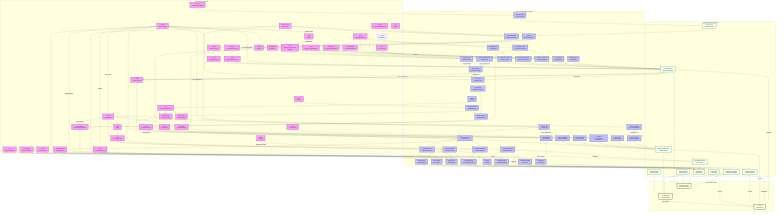
Earlier version of the Mermaid export docs/figures/scoliosis_mechanism_map.png (sayuj1989-ops/life). Its source is kept beside it as docs/figures/scoliosis_mechanism_map.mmd.
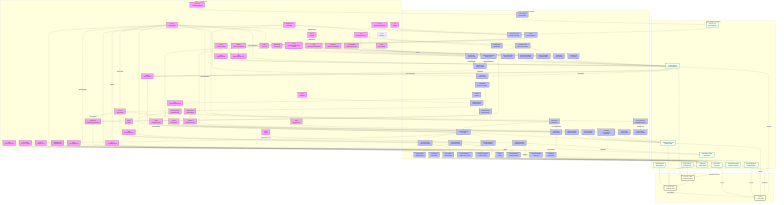
Later version of the same file.

Commit message:
weekly-map: add Lysyl Oxidase Crosslinking arc

What changed in the source:
```diff
@@ -38,6 +38,7 @@
         KCNQ[KCNQ<br/>Potassium Channel]
         GPX4[GPX4<br/>Antioxidant Defense]
         CAV1[CAV1<br/>Caveolin-1]
+        LOXL3[LOXL3<br/>Lysyl Oxidase-like 3]
     end
 
     subgraph Processes [Cellular & Developmental Processes]
@@ -80,6 +81,7 @@
         VEGF_A[VEGF-A/PGE2<br/>Secretory Response]
         Ferroptosis[Ferroptosis<br/>Iron Overload]
         Membrane_Tension[Membrane Tension<br/>Buffering Reserve]
+        Collagen_Crosslinking[Collagen Crosslinking<br/>Covalent Bonding]
     end
 
     subgraph Tissue [Tissue Mechanics & Properties]
@@ -178,6 +180,10 @@
     Gi_cAMP --> Gain
 
     Vestibular_Input --> Muscle_Tone
+
+
+    LOXL3 --> Collagen_Crosslinking
+    Collagen_Crosslinking --> Stiffness
 
     Stability --> S_Curve
     S_Curve -- "Loss of Control" --> Scoliosis
@@ -279,7 +285,7 @@
     CAV1 --> Membrane_Tension
     Membrane_Tension --> YAP
 
-    class HOX,COL,PIEZO1,PIEZO2,CILIA,LBX1,ADGRG6,PTK7,YAP,PKD2L1,MMP,URP,UTS2R,GFAP,VIM,LAMIN,BMAL1,RUNX3,METTL3,ESR1,MELATONIN,MT2,HIF1A,POC5,DSTYK,TFEB,Beta_Catenin,DPY19L1L,IGF1R,GHR,SOST,FBN1,CCN,PPARGC1A,KCNQ,GPX4,CAV1 gene;
-    class Region,ECM_Assembly,Mech_Trans,Sym_Break,Neur_Diff,Muscle_Diff,Disc_Maint,PCP_Sig,Nucl_Shuttle,CSF_Sensing,Degradation,Astrogliosis,mtROS,Adipogenesis,Hydraulic_Congestion,Immune_Infilt,Circadian_Entrain,Proprio_Maint,H3K9me3,VCL_Stasis,Glymphatic_Stasis,Vestibular_Input,Gi_cAMP,Ciliary_Tuning,Hypoxia,Osteogenesis,Ciliary_Splint,Vacuole_Biogenesis,C_Mannosylation,Rapid_Growth,Energy_Deficit,mtBiogenesis,Fibrosis,TGFB,Osteocyte_Dendrite,Actin_Dynamics,VEGF_A,Ferroptosis,Membrane_Tension process;
+    class HOX,COL,PIEZO1,PIEZO2,CILIA,LBX1,ADGRG6,PTK7,YAP,PKD2L1,MMP,URP,UTS2R,GFAP,VIM,LAMIN,BMAL1,RUNX3,METTL3,ESR1,MELATONIN,MT2,HIF1A,POC5,DSTYK,TFEB,Beta_Catenin,DPY19L1L,IGF1R,GHR,SOST,FBN1,CCN,PPARGC1A,KCNQ,GPX4,CAV1,LOXL3 gene;
+    class Region,ECM_Assembly,Mech_Trans,Sym_Break,Neur_Diff,Muscle_Diff,Disc_Maint,PCP_Sig,Nucl_Shuttle,CSF_Sensing,Degradation,Astrogliosis,mtROS,Adipogenesis,Hydraulic_Congestion,Immune_Infilt,Circadian_Entrain,Proprio_Maint,H3K9me3,VCL_Stasis,Glymphatic_Stasis,Vestibular_Input,Gi_cAMP,Ciliary_Tuning,Hypoxia,Osteogenesis,Ciliary_Splint,Vacuole_Biogenesis,C_Mannosylation,Rapid_Growth,Energy_Deficit,mtBiogenesis,Fibrosis,TGFB,Osteocyte_Dendrite,Actin_Dynamics,VEGF_A,Ferroptosis,Membrane_Tension,Collagen_Crosslinking process;
     class Rest_Kappa,Stiffness,Torsional_Stiffness,Gain,Torsion,Muscle_Tone,Anisotropy,TMD,Reissner_Fiber,Growth_Plate_Dysplasia tissue;
     class S_Curve,Stability,Scoliosis outcome;
```
